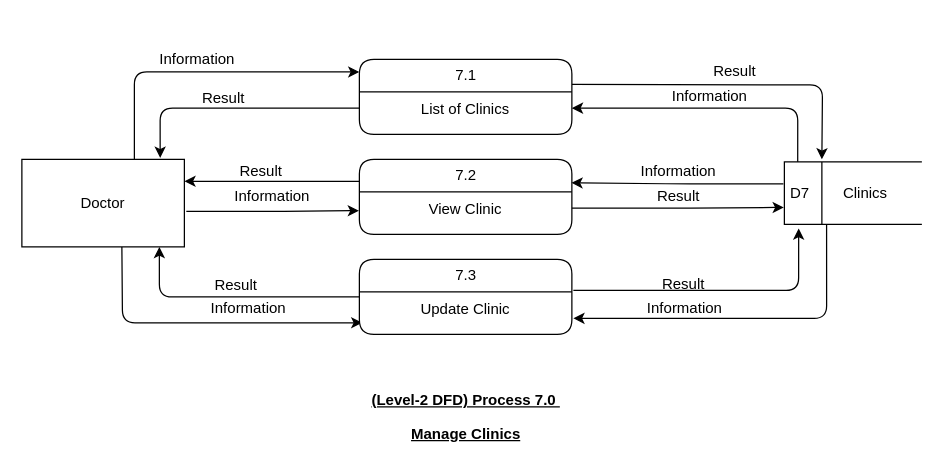
Before: page "7.0" (2 of 5) of resources/dfd/Doctor/DFD-Doctor.drawio in vanluong94/aptech-doccure, a draw.io diagram. Source tidied: cells renumbered, new cells numbered last; positions are measured from the earlier drawing's top-left corner, leaving out a move shared by most shapes. Both pictures are drawn from the tidied source at 125%, with x=0, y=0 at pixel (21, 59).
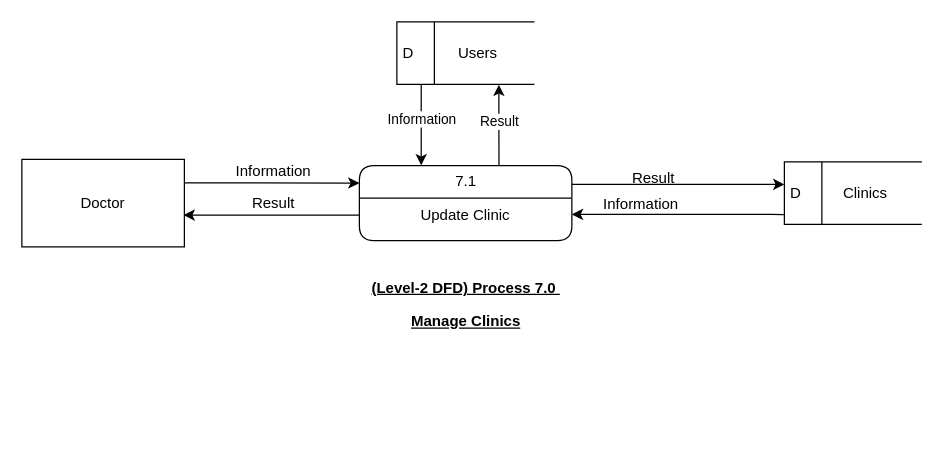
The same diagram, later.

Unchanged cells that the change refers to:
```xml
<mxCell id="7" value="Doctor" style="whiteSpace=wrap;html=1;fontFamily=Helvetica;fontColor=#000000;fontSize=12;rounded=0;" parent="1" vertex="1">
  <mxGeometry y="80" width="130" height="70" as="geometry" />
</mxCell>
<mxCell id="18" value="&lt;span id=&quot;docs-internal-guid-ec00c497-7fff-d599-0a47-b24389822d92&quot; style=&quot;font-size: 12px&quot;&gt;&lt;span style=&quot;font-size: 12px ; background-color: transparent ; vertical-align: baseline&quot;&gt;Update Clinic&lt;/span&gt;&lt;/span&gt;" style="text;html=1;strokeColor=none;fillColor=none;spacingLeft=4;spacingRight=4;whiteSpace=wrap;overflow=hidden;points=[[0,0.5],[1,0.5]];portConstraint=eastwest;fontFamily=Helvetica;fontColor=#000000;fontSize=12;align=center;rounded=1;" parent="17" vertex="1">
  <mxGeometry y="26" width="170" height="26" as="geometry" />
</mxCell>
```

The edit, as a diff of the source:
```diff
@@
-    <mxCell id="2" value="Information" style="edgeStyle=orthogonalEdgeStyle;jettySize=auto;entryX=-0.002;entryY=0.577;entryDx=0;entryDy=0;exitX=1.012;exitY=0.594;exitDx=0;exitDy=0;exitPerimeter=0;entryPerimeter=0;labelBackgroundColor=none;verticalAlign=middle;html=1;horizontal=1;labelPosition=center;verticalLabelPosition=middle;align=center;spacingLeft=0;jumpStyle=none;shadow=0;startSize=2;fontFamily=Helvetica;fontColor=#000000;fontSize=12;" parent="1" edge="1" source="7" target="14">
-      <mxGeometry y="11" relative="1" as="geometry" />
-    </mxCell>
     <mxCell id="3" value="&lt;p class=&quot;MsoNormal&quot; style=&quot;font-size: 12px&quot;&gt;&lt;font style=&quot;font-size: 12px&quot;&gt;&lt;span style=&quot;font-size: 12px&quot;&gt;&lt;b style=&quot;font-size: 12px&quot;&gt;&lt;u style=&quot;font-size: 12px&quot;&gt;(Level-2 DFD) Process 7.0&amp;nbsp;&lt;/u&gt;&lt;/b&gt;&lt;/span&gt;&lt;/font&gt;&lt;br style=&quot;font-size: 12px&quot;&gt;&lt;/p&gt;&lt;b&gt;&lt;u&gt;Manage Clinics&lt;/u&gt;&lt;/b&gt;" style="text;html=1;align=center;verticalAlign=middle;strokeColor=none;fontFamily=Helvetica;fontColor=#000000;fontSize=12;rounded=1;" parent="1" vertex="1">
-      <mxGeometry x="270" y="250" width="170" height="60" as="geometry" />
+      <mxGeometry x="270" y="160" width="170" height="60" as="geometry" />
     </mxCell>
-    <mxCell id="4" style="edgeStyle=orthogonalEdgeStyle;jettySize=auto;html=1;entryX=0.014;entryY=0.951;entryDx=0;entryDy=0;entryPerimeter=0;fontFamily=Helvetica;fontColor=#000000;fontSize=12;" parent="1" edge="1" target="18">
+    <mxCell id="4" style="edgeStyle=orthogonalEdgeStyle;jettySize=auto;html=1;fontFamily=Helvetica;fontColor=#000000;fontSize=12;exitX=1.003;exitY=0.268;exitDx=0;exitDy=0;exitPerimeter=0;entryX=0;entryY=0.233;entryDx=0;entryDy=0;entryPerimeter=0;" parent="1" edge="1" source="7" target="17">
       <mxGeometry relative="1" as="geometry">
-        <mxPoint x="80" y="150" as="sourcePoint" />
+        <Array as="points">
+          <mxPoint x="140" y="99" />
+        </Array>
       </mxGeometry>
     </mxCell>
     <mxCell id="5" value="&lt;span style=&quot;font-size: 12px;&quot;&gt;Information&lt;/span&gt;" style="edgeLabel;html=1;align=center;verticalAlign=middle;labelBackgroundColor=none;fontFamily=Helvetica;fontColor=#000000;fontSize=12;rounded=1;" parent="4" vertex="1">
       <mxGeometry x="0.17" y="1" relative="1" as="geometry">
-        <mxPoint x="13" y="-11" as="offset" />
+        <mxPoint x="-12" y="-8" as="offset" />
       </mxGeometry>
     </mxCell>
-    <mxCell id="6" value="Information" style="edgeStyle=orthogonalEdgeStyle;jumpStyle=none;jettySize=auto;html=1;entryX=0;entryY=0.167;entryDx=0;entryDy=0;entryPerimeter=0;shadow=0;labelBackgroundColor=none;fontFamily=Helvetica;fontColor=#000000;fontSize=12;" parent="1" edge="1" source="7" target="9">
-      <mxGeometry x="-0.04" y="10" relative="1" as="geometry">
-        <Array as="points">
-          <mxPoint x="90" y="10" />
-        </Array>
-      </mxGeometry>
-    </mxCell>
@@
-    <mxCell id="8" value="Result" style="edgeStyle=orthogonalEdgeStyle;orthogonalLoop=1;jettySize=auto;html=1;labelBackgroundColor=none;fontFamily=Helvetica;fontColor=#000000;fontSize=12;" parent="1" edge="1">
-      <mxGeometry y="10" relative="1" as="geometry">
-        <mxPoint x="440" y="20" as="sourcePoint" />
-        <mxPoint x="640" y="80" as="targetPoint" />
-      </mxGeometry>
-    </mxCell>
-    <mxCell id="9" value="7.1" style="swimlane;html=1;fontStyle=0;horizontal=1;startSize=26;swimlaneFillColor=#ffffff;align=center;shadow=0;comic=0;labelBackgroundColor=none;strokeWidth=1;fontFamily=Helvetica;fontSize=12;fontColor=#000000;rounded=1;" parent="1" vertex="1">
-      <mxGeometry x="270" width="170" height="60" as="geometry" />
-    </mxCell>
-    <mxCell id="10" value="List of Clinics" style="text;html=1;strokeColor=none;fillColor=none;spacingLeft=4;spacingRight=4;whiteSpace=wrap;overflow=hidden;points=[[0,0.5],[1,0.5]];portConstraint=eastwest;fontFamily=Helvetica;fontColor=#000000;fontSize=12;align=center;rounded=1;" parent="9" vertex="1">
-      <mxGeometry y="26" width="170" height="26" as="geometry" />
-    </mxCell>
-    <mxCell id="11" style="edgeStyle=orthogonalEdgeStyle;jettySize=auto;html=1;entryX=1;entryY=0.25;entryDx=0;entryDy=0;exitX=0;exitY=0.292;exitDx=0;exitDy=0;exitPerimeter=0;fontFamily=Helvetica;fontColor=#000000;fontSize=12;" parent="1" edge="1" source="13" target="7">
-      <mxGeometry relative="1" as="geometry" />
-    </mxCell>
-    <mxCell id="12" value="&lt;span style=&quot;font-size: 12px;&quot;&gt;Result&lt;/span&gt;" style="edgeLabel;html=1;align=center;verticalAlign=middle;labelBackgroundColor=none;fontFamily=Helvetica;fontColor=#000000;fontSize=12;rounded=1;" parent="11" vertex="1">
-      <mxGeometry x="0.27" relative="1" as="geometry">
-        <mxPoint x="9" y="-8" as="offset" />
-      </mxGeometry>
-    </mxCell>
-    <mxCell id="13" value="7.2" style="swimlane;html=1;fontStyle=0;horizontal=1;startSize=26;swimlaneFillColor=#ffffff;align=center;shadow=0;comic=0;labelBackgroundColor=none;strokeWidth=1;fontFamily=Helvetica;fontSize=12;fontColor=#000000;rounded=1;" parent="1" vertex="1">
-      <mxGeometry x="270" y="80" width="170" height="60" as="geometry" />
-    </mxCell>
-    <mxCell id="14" value="View Clinic" style="text;html=1;strokeColor=none;fillColor=none;spacingLeft=4;spacingRight=4;whiteSpace=wrap;overflow=hidden;points=[[0,0.5],[1,0.5]];portConstraint=eastwest;fontFamily=Helvetica;fontColor=#000000;fontSize=12;align=center;rounded=1;" parent="13" vertex="1">
-      <mxGeometry y="26" width="170" height="26" as="geometry" />
-    </mxCell>
-    <mxCell id="15" style="edgeStyle=orthogonalEdgeStyle;jettySize=auto;html=1;entryX=0.846;entryY=1;entryDx=0;entryDy=0;entryPerimeter=0;fontFamily=Helvetica;fontColor=#000000;fontSize=12;" parent="1" edge="1" source="17" target="7">
-      <mxGeometry relative="1" as="geometry" />
+    <mxCell id="15" style="edgeStyle=orthogonalEdgeStyle;jettySize=auto;html=1;entryX=0.995;entryY=0.637;entryDx=0;entryDy=0;entryPerimeter=0;fontFamily=Helvetica;fontColor=#000000;fontSize=12;" parent="1" edge="1" source="17" target="7">
+      <mxGeometry relative="1" as="geometry">
+        <Array as="points">
+          <mxPoint x="200" y="125" />
+        </Array>
+      </mxGeometry>
     </mxCell>
@@
-    <mxCell id="17" value="7.3" style="swimlane;html=1;fontStyle=0;horizontal=1;startSize=26;swimlaneFillColor=#ffffff;align=center;shadow=0;comic=0;labelBackgroundColor=none;strokeWidth=1;fontFamily=Helvetica;fontSize=12;fontColor=#000000;rounded=1;" parent="1" vertex="1">
-      <mxGeometry x="270" y="160" width="170" height="60" as="geometry" />
+    <mxCell id="17" value="7.1" style="swimlane;html=1;fontStyle=0;horizontal=1;startSize=26;swimlaneFillColor=#ffffff;align=center;shadow=0;comic=0;labelBackgroundColor=none;strokeWidth=1;fontFamily=Helvetica;fontSize=12;fontColor=#000000;rounded=1;" parent="1" vertex="1">
+      <mxGeometry x="270" y="85" width="170" height="60" as="geometry" />
     </mxCell>
@@
-    <mxCell id="19" value="&#10;&#10;&lt;span style=&quot;font-size: 12px; font-style: normal; font-weight: 400; letter-spacing: normal; text-align: center; text-indent: 0px; text-transform: none; word-spacing: 0px; display: inline; float: none;&quot;&gt;Information&lt;/span&gt;&#10;&#10;" style="edgeStyle=orthogonalEdgeStyle;jettySize=auto;html=1;entryX=1;entryY=0.5;entryDx=0;entryDy=0;exitX=0.097;exitY=0;exitDx=0;exitDy=0;exitPerimeter=0;labelBackgroundColor=none;fontFamily=Helvetica;fontColor=#000000;fontSize=12;" parent="1" edge="1" source="22" target="10">
-      <mxGeometry x="0.02" y="-9" relative="1" as="geometry" />
-    </mxCell>
-    <mxCell id="20" value="&#10;&#10;&lt;span style=&quot;font-size: 12px; font-style: normal; font-weight: 400; letter-spacing: normal; text-align: center; text-indent: 0px; text-transform: none; word-spacing: 0px; display: inline; float: none;&quot;&gt;Information&lt;/span&gt;&#10;&#10;" style="edgeStyle=orthogonalEdgeStyle;jettySize=auto;html=1;entryX=0.998;entryY=0.313;entryDx=0;entryDy=0;entryPerimeter=0;exitX=-0.007;exitY=0.352;exitDx=0;exitDy=0;exitPerimeter=0;labelBackgroundColor=none;fontFamily=Helvetica;fontColor=#000000;fontSize=12;" parent="1" edge="1" source="22" target="13">
-      <mxGeometry y="-9" relative="1" as="geometry" />
-    </mxCell>
-    <mxCell id="21" value="&#10;&#10;&lt;span style=&quot;font-size: 12px; font-style: normal; font-weight: 400; letter-spacing: normal; text-align: center; text-indent: 0px; text-transform: none; word-spacing: 0px; display: inline; float: none;&quot;&gt;Information&lt;/span&gt;&#10;&#10;" style="edgeStyle=orthogonalEdgeStyle;jettySize=auto;html=1;entryX=1.007;entryY=0.815;entryDx=0;entryDy=0;entryPerimeter=0;exitX=0.307;exitY=0.993;exitDx=0;exitDy=0;exitPerimeter=0;labelBackgroundColor=none;fontFamily=Helvetica;fontColor=#000000;fontSize=12;" parent="1" edge="1" source="22" target="18">
-      <mxGeometry x="0.36" y="-8" relative="1" as="geometry" />
+    <mxCell id="21" value="&#10;&#10;&lt;span style=&quot;font-size: 12px; font-style: normal; font-weight: 400; letter-spacing: normal; text-align: center; text-indent: 0px; text-transform: none; word-spacing: 0px; display: inline; float: none;&quot;&gt;Information&lt;/span&gt;&#10;&#10;" style="edgeStyle=orthogonalEdgeStyle;jettySize=auto;html=1;entryX=1;entryY=0.5;entryDx=0;entryDy=0;exitX=0.003;exitY=0.867;exitDx=0;exitDy=0;exitPerimeter=0;labelBackgroundColor=none;fontFamily=Helvetica;fontColor=#000000;fontSize=12;" parent="1" edge="1" source="22" target="18">
+      <mxGeometry x="0.36" y="-8" relative="1" as="geometry">
+        <Array as="points">
+          <mxPoint x="610" y="124" />
+        </Array>
+      </mxGeometry>
     </mxCell>
-    <mxCell id="22" value="D7" style="html=1;dashed=0;whitespace=wrap;shape=mxgraph.dfd.dataStoreID;align=left;spacingLeft=3;points=[[0,0],[0.5,0],[1,0],[0,0.5],[1,0.5],[0,1],[0.5,1],[1,1]];fontFamily=Helvetica;fontColor=#000000;fontSize=12;rounded=1;" parent="1" vertex="1">
+    <mxCell id="22" value="D" style="html=1;dashed=0;whitespace=wrap;shape=mxgraph.dfd.dataStoreID;align=left;spacingLeft=3;points=[[0,0],[0.5,0],[1,0],[0,0.5],[1,0.5],[0,1],[0.5,1],[1,1]];fontFamily=Helvetica;fontColor=#000000;fontSize=12;rounded=1;" parent="1" vertex="1">
       <mxGeometry x="610" y="82" width="110" height="50" as="geometry" />
     </mxCell>
@@
-    <mxCell id="24" value="Result" style="edgeStyle=orthogonalEdgeStyle;jettySize=auto;html=1;entryX=-0.004;entryY=0.728;entryDx=0;entryDy=0;entryPerimeter=0;labelBackgroundColor=none;fontFamily=Helvetica;fontColor=#000000;fontSize=12;" parent="1" edge="1" source="14" target="22">
-      <mxGeometry x="0.01" y="8" relative="1" as="geometry" />
-    </mxCell>
-    <mxCell id="25" value="Result" style="edgeStyle=orthogonalEdgeStyle;jettySize=auto;html=1;entryX=0.104;entryY=1.064;entryDx=0;entryDy=0;entryPerimeter=0;exitX=1.007;exitY=-0.046;exitDx=0;exitDy=0;exitPerimeter=0;labelBackgroundColor=none;fontFamily=Helvetica;fontColor=#000000;fontSize=12;" parent="1" edge="1" source="18" target="22">
-      <mxGeometry x="-0.23" y="5" relative="1" as="geometry" />
+    <mxCell id="25" value="Result" style="edgeStyle=orthogonalEdgeStyle;jettySize=auto;html=1;exitX=1;exitY=0.25;exitDx=0;exitDy=0;labelBackgroundColor=none;fontFamily=Helvetica;fontColor=#000000;fontSize=12;" parent="1" edge="1" source="17">
+      <mxGeometry x="-0.23" y="5" relative="1" as="geometry">
+        <mxPoint x="610" y="100" as="targetPoint" />
+        <Array as="points">
+          <mxPoint x="610" y="100" />
+        </Array>
+      </mxGeometry>
     </mxCell>
-    <mxCell id="26" style="edgeStyle=orthogonalEdgeStyle;jettySize=auto;html=1;entryX=0.851;entryY=-0.017;entryDx=0;entryDy=0;entryPerimeter=0;fontFamily=Helvetica;fontColor=#000000;fontSize=12;" parent="1" edge="1" source="10" target="7">
-      <mxGeometry relative="1" as="geometry" />
-    </mxCell>
-    <mxCell id="27" value="&lt;span style=&quot;font-size: 12px;&quot;&gt;Result&lt;/span&gt;" style="edgeLabel;html=1;align=center;verticalAlign=middle;labelBackgroundColor=none;spacingTop=0;fontFamily=Helvetica;fontColor=#000000;fontSize=12;rounded=1;" parent="26" vertex="1">
-      <mxGeometry x="-0.02" relative="1" as="geometry">
-        <mxPoint x="-12" y="-9" as="offset" />
-      </mxGeometry>
-    </mxCell>
+    <mxCell id="28" style="edgeStyle=orthogonalEdgeStyle;rounded=0;jettySize=auto;html=1;startArrow=none;startFill=0;endArrow=classic;endFill=1;exitX=0.177;exitY=0.996;exitDx=0;exitDy=0;exitPerimeter=0;entryX=0.291;entryY=-0.004;entryDx=0;entryDy=0;entryPerimeter=0;" parent="1" edge="1" source="32" target="17">
+      <mxGeometry relative="1" as="geometry" />
+    </mxCell>
+    <mxCell id="29" value="Information" style="edgeLabel;html=1;align=center;verticalAlign=middle;" parent="28" vertex="1">
+      <mxGeometry x="-0.15" relative="1" as="geometry" />
+    </mxCell>
+    <mxCell id="30" style="edgeStyle=orthogonalEdgeStyle;rounded=0;jettySize=auto;html=1;entryX=0.657;entryY=0.001;entryDx=0;entryDy=0;entryPerimeter=0;startArrow=classic;startFill=1;endArrow=none;endFill=0;exitX=0.742;exitY=1.007;exitDx=0;exitDy=0;exitPerimeter=0;" parent="1" edge="1" source="32" target="17">
+      <mxGeometry relative="1" as="geometry" />
+    </mxCell>
+    <mxCell id="31" value="Result" style="edgeLabel;html=1;align=center;verticalAlign=middle;" parent="30" vertex="1">
+      <mxGeometry x="-0.09" relative="1" as="geometry" />
+    </mxCell>
+    <mxCell id="32" value="D" style="html=1;dashed=0;whitespace=wrap;shape=mxgraph.dfd.dataStoreID;align=left;spacingLeft=3;points=[[0,0],[0.5,0],[1,0],[0,0.5],[1,0.5],[0,1],[0.5,1],[1,1]];fontFamily=Helvetica;fontColor=#000000;fontSize=12;rounded=1;" parent="1" vertex="1">
+      <mxGeometry x="300" y="-30" width="110" height="50" as="geometry" />
+    </mxCell>
+    <mxCell id="33" value="Users" style="text;html=1;strokeColor=none;fillColor=none;align=center;verticalAlign=middle;whiteSpace=wrap;fontFamily=Helvetica;fontColor=#000000;fontSize=12;rounded=1;" parent="1" vertex="1">
+      <mxGeometry x="340" y="-15" width="50" height="20" as="geometry" />
+    </mxCell>
```
